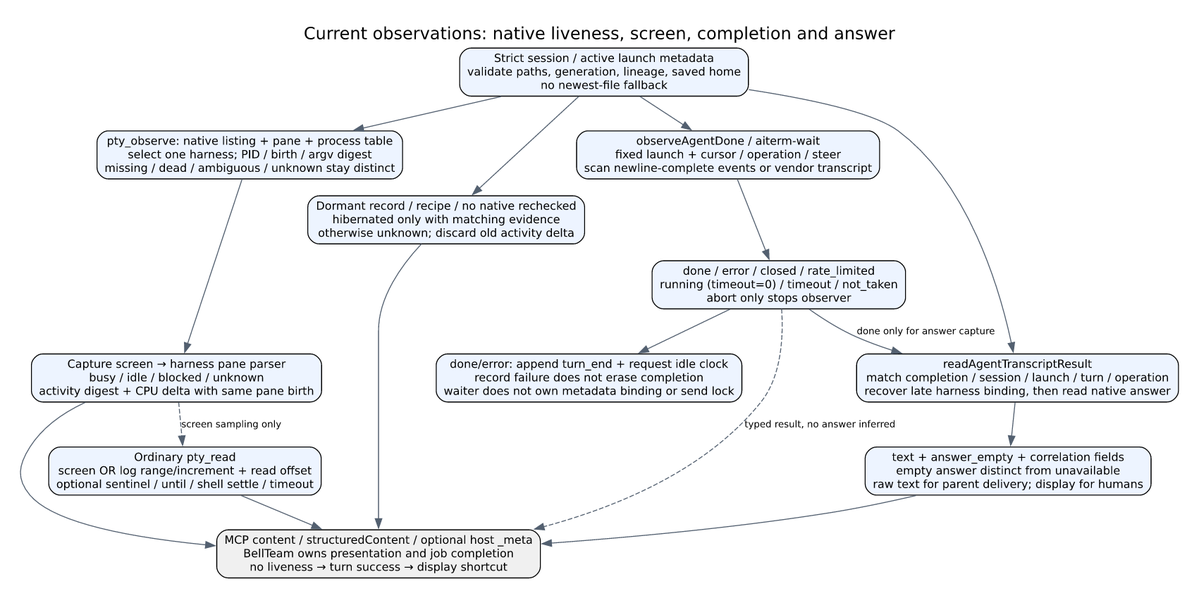
kitepon/aiterm-mcp keeps this Graphviz diagram as docs/architecture/observation-results.png. Above is the earlier version. Its source is kept beside it as docs/architecture/observation-results.dot. Source of this version:
```dot
digraph observation {
 graph [rankdir=TB,bgcolor="white",pad=0.3,nodesep=0.55,ranksep=0.5,label="Current observations: native liveness, screen, completion and answer",labelloc=t,fontname="DejaVu Sans",fontsize=18];
 node [shape=box,style="rounded,filled",fillcolor="#edf4ff",fontname="DejaVu Sans",fontsize=12];
 edge [fontname="DejaVu Sans",fontsize=10,color="#536070"];
 meta [label="Strict session / active launch metadata\nvalidate paths, generation, lineage, saved home\nno newest-file fallback"];
 native [label="pty_observe: native listing + pane + process table\nselect one harness; PID / birth / argv digest\nmissing / dead / ambiguous / unknown stay distinct"];
 screen [label="Capture screen → harness pane parser\nbusy / idle / blocked / unknown\nactivity digest + CPU delta with same pane birth"];
 dormant [label="Dormant record / recipe / no native rechecked\nhibernated only with matching evidence\notherwise unknown; discard old activity delta"];
 wait [label="observeAgentDone / aiterm-wait\nfixed launch + cursor / operation / steer\nscan newline-complete events or vendor transcript"];
 end [label="done / error / closed / rate_limited\nrunning (timeout=0) / timeout / not_taken\nabort only stops observer"];
 activity [label="done/error: append turn_end + request idle clock\nrecord failure does not erase completion\nwaiter does not own metadata binding or send lock"];
 answer [label="readAgentTranscriptResult\nmatch completion / session / launch / turn / operation\nrecover late harness binding, then read native answer"];
 body [label="text + answer_empty + correlation fields\nempty answer distinct from unavailable\nraw text for parent delivery; display for humans"];
 terminal [label="Ordinary pty_read\nscreen OR log range/increment + read offset\noptional sentinel / until / shell settle / timeout"];
 host [label="MCP content / structuredContent / optional host _meta\nBellTeam owns presentation and job completion\nno liveness → turn success → display shortcut",fillcolor="#f0f0f0"];
 meta -> native;native -> screen;meta -> dormant;meta -> wait;wait -> end;end -> activity;
 end -> answer [label="done only for answer capture"];meta -> answer;answer -> body;body -> host;
 screen -> host;dormant -> host;end -> host [style=dashed,label="typed result, no answer inferred"];
 terminal -> host;screen -> terminal [style=dashed,label="screen sampling only"];
}
```
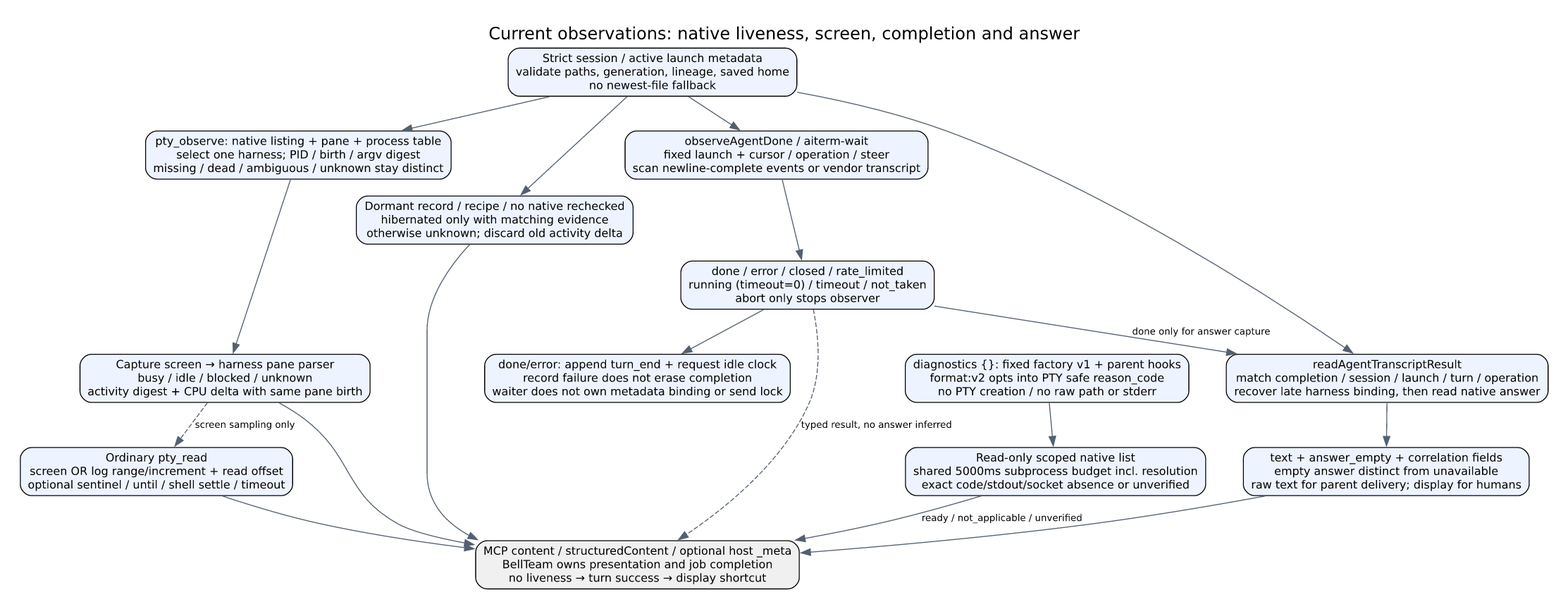
Above is the later version.

Change to the diagram source:
```diff
@@ -13,6 +13,9 @@
  body [label="text + answer_empty + correlation fields\nempty answer distinct from unavailable\nraw text for parent delivery; display for humans"];
  terminal [label="Ordinary pty_read\nscreen OR log range/increment + read offset\noptional sentinel / until / shell settle / timeout"];
  host [label="MCP content / structuredContent / optional host _meta\nBellTeam owns presentation and job completion\nno liveness → turn success → display shortcut",fillcolor="#f0f0f0"];
+ diagnostics [label="diagnostics {}: fixed factory v1 + parent hooks\nformat:v2 opts into PTY safe reason_code\nno PTY creation / no raw path or stderr"];
+ probe [label="Read-only scoped native list\nshared 5000ms subprocess budget incl. resolution\nexact code/stdout/socket absence or unverified"];
+ diagnostics -> probe;probe -> host [label="ready / not_applicable / unverified"];
  meta -> native;native -> screen;meta -> dormant;meta -> wait;wait -> end;end -> activity;
  end -> answer [label="done only for answer capture"];meta -> answer;answer -> body;body -> host;
  screen -> host;dormant -> host;end -> host [style=dashed,label="typed result, no answer inferred"];
```
